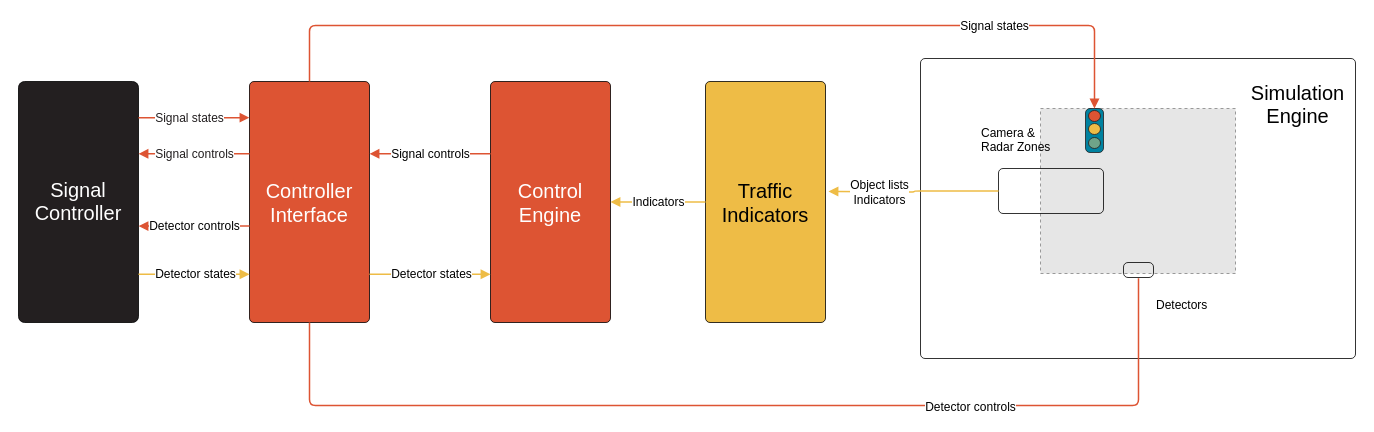
Above: page "hwil_sim" (3 of 5) of doc/dia/OC_README_diagrams.drawio in Open-TLC/open_controller (draw.io), before the change. Source tidied: cells renumbered, new cells numbered last; positions are measured from the earlier drawing's top-left corner, leaving out a move shared by most shapes. Both pictures are drawn from the tidied source at 100%, with x=0, y=0 at pixel (18, 25). Pictures stored in the file or linked from it are replaced by grey dashed boxes.
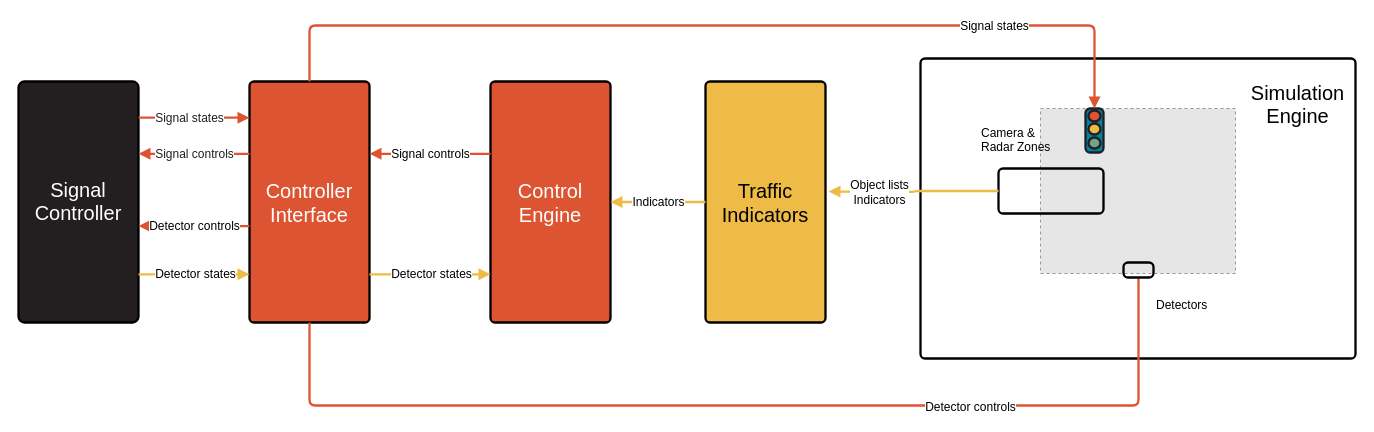
After the change.

Change to the diagram source:
```diff
@@
-    <mxCell id="2" value="&lt;div style=&quot;display: flex; justify-content: center; text-align: center; align-items: baseline; font-size: 0; line-height: 1.25;margin-top: -2px;&quot;&gt;&lt;span&gt;&lt;span style=&quot;font-size:20px;color:#ffffff;font-family: poppins;&quot;&gt;Signal&#10;&lt;/span&gt;&lt;/span&gt;&lt;/div&gt;&lt;div style=&quot;display: flex; justify-content: center; text-align: center; align-items: baseline; font-size: 0; line-height: 1.25;margin-top: -2px;&quot;&gt;&lt;span&gt;&lt;span style=&quot;font-size:20px;color:#ffffff;font-family: poppins;&quot;&gt;Controller&lt;/span&gt;&lt;/span&gt;&lt;/div&gt;" style="html=1;overflow=block;blockSpacing=1;whiteSpace=wrap;fontSize=13;fontFamily=poppins;spacing=9;strokeOpacity=100;fillOpacity=100;rounded=1;absoluteArcSize=1;arcSize=12;fillColor=#231f20;strokeWidth=0.8;lucidId=Kn7rSv5eXCZB;" parent="1" vertex="1">
+    <mxCell id="2" value="&lt;div style=&quot;display: flex; justify-content: center; text-align: center; align-items: baseline; font-size: 0; line-height: 1.25;margin-top: -2px;&quot;&gt;&lt;span&gt;&lt;span style=&quot;font-size:20px;color:#ffffff;font-family: poppins;&quot;&gt;Signal&#10;&lt;/span&gt;&lt;/span&gt;&lt;/div&gt;&lt;div style=&quot;display: flex; justify-content: center; text-align: center; align-items: baseline; font-size: 0; line-height: 1.25;margin-top: -2px;&quot;&gt;&lt;span&gt;&lt;span style=&quot;font-size:20px;color:#ffffff;font-family: poppins;&quot;&gt;Controller&lt;/span&gt;&lt;/span&gt;&lt;/div&gt;" style="html=1;overflow=block;blockSpacing=1;whiteSpace=wrap;fontSize=13;fontFamily=poppins;spacing=9;strokeOpacity=100;fillOpacity=100;rounded=1;absoluteArcSize=1;arcSize=12;fillColor=#231f20;strokeWidth=2.3;lucidId=Kn7rSv5eXCZB;" parent="1" vertex="1">
       <mxGeometry y="56" width="120" height="241" as="geometry" />
     </mxCell>
-    <mxCell id="3" style="html=1;overflow=block;blockSpacing=1;whiteSpace=wrap;fontSize=13;spacing=9;strokeOpacity=100;rounded=1;absoluteArcSize=1;arcSize=9;strokeWidth=0.8;lucidId=Kn7rewe0uv9M;fontFamily=poppins;fillColor=none;" parent="1" vertex="1">
+    <mxCell id="3" style="html=1;overflow=block;blockSpacing=1;whiteSpace=wrap;fontSize=13;spacing=9;strokeOpacity=100;rounded=1;absoluteArcSize=1;arcSize=9;strokeWidth=2.3;lucidId=Kn7rewe0uv9M;fontFamily=poppins;fillColor=none;" parent="1" vertex="1">
       <mxGeometry x="902" y="33" width="435" height="300" as="geometry" />
     </mxCell>
-    <mxCell id="4" value="Controller&#10;Interface" style="html=1;overflow=block;blockSpacing=1;whiteSpace=wrap;fontSize=20;fontColor=#ffffff;spacing=9;strokeOpacity=100;fillOpacity=100;rounded=1;absoluteArcSize=1;arcSize=9;fillColor=#dd5433;strokeWidth=0.8;lucidId=Kn7ryrkJqPRo;fontFamily=poppins;" parent="1" vertex="1">
+    <mxCell id="4" value="Controller&#10;Interface" style="html=1;overflow=block;blockSpacing=1;whiteSpace=wrap;fontSize=20;fontColor=#ffffff;spacing=9;strokeOpacity=100;fillOpacity=100;rounded=1;absoluteArcSize=1;arcSize=9;fillColor=#dd5433;strokeWidth=2.3;lucidId=Kn7ryrkJqPRo;fontFamily=poppins;" parent="1" vertex="1">
       <mxGeometry x="231" y="56" width="120" height="241" as="geometry" />
     </mxCell>
-    <mxCell id="5" value="Control&#10;Engine" style="html=1;overflow=block;blockSpacing=1;whiteSpace=wrap;fontSize=20;fontColor=#ffffff;spacing=9;strokeOpacity=100;fillOpacity=100;rounded=1;absoluteArcSize=1;arcSize=9;fillColor=#dd5433;strokeWidth=0.8;lucidId=Kn7rC8S4KXX8;fontFamily=poppins;" parent="1" vertex="1">
+    <mxCell id="5" value="Control&#10;Engine" style="html=1;overflow=block;blockSpacing=1;whiteSpace=wrap;fontSize=20;fontColor=#ffffff;spacing=9;strokeOpacity=100;fillOpacity=100;rounded=1;absoluteArcSize=1;arcSize=9;fillColor=#dd5433;strokeWidth=2.3;lucidId=Kn7rC8S4KXX8;fontFamily=poppins;" parent="1" vertex="1">
       <mxGeometry x="472" y="56" width="120" height="241" as="geometry" />
     </mxCell>
@@
-    <mxCell id="7" style="html=1;overflow=block;blockSpacing=1;whiteSpace=wrap;fontSize=13;spacing=3.8;strokeOpacity=100;fillOpacity=0;rounded=1;absoluteArcSize=1;arcSize=9;fillColor=none;strokeWidth=0.8;lucidId=Kn7rYRjyBlGb;fontFamily=poppins;" parent="1" vertex="1">
+    <mxCell id="7" style="html=1;overflow=block;blockSpacing=1;whiteSpace=wrap;fontSize=13;spacing=3.8;strokeOpacity=100;fillOpacity=0;rounded=1;absoluteArcSize=1;arcSize=9;fillColor=none;strokeWidth=2.3;lucidId=Kn7rYRjyBlGb;fontFamily=poppins;" parent="1" vertex="1">
       <mxGeometry x="980" y="143" width="105" height="45" as="geometry" />
     </mxCell>
-    <mxCell id="8" style="html=1;jettySize=18;whiteSpace=wrap;fontSize=12;strokeOpacity=100;strokeWidth=1.5;rounded=1;arcSize=12;edgeStyle=orthogonalEdgeStyle;startArrow=none;endArrow=block;endFill=1;exitX=0;exitY=0.5;exitPerimeter=0;lucidId=Kn7roAKrWM2y;fontFamily=poppins;strokeColor=#eebc46;" parent="1" edge="1" source="7">
+    <mxCell id="8" style="html=1;jettySize=18;whiteSpace=wrap;fontSize=12;strokeOpacity=100;strokeWidth=2.3;rounded=1;arcSize=12;edgeStyle=orthogonalEdgeStyle;startArrow=none;endArrow=block;endFill=1;exitX=0;exitY=0.5;exitPerimeter=0;lucidId=Kn7roAKrWM2y;fontFamily=poppins;strokeColor=#eebc46;" parent="1" edge="1" source="7">
       <mxGeometry relative="1" as="geometry">
         <mxPoint x="810" y="166" as="targetPoint" />
       </mxGeometry>
     </mxCell>
@@
-    <mxCell id="10" style="html=1;jettySize=18;whiteSpace=wrap;fontSize=12;strokeOpacity=100;strokeWidth=1.5;rounded=1;arcSize=12;edgeStyle=orthogonalEdgeStyle;endArrow=none;exitX=0.5;exitY=1;exitPerimeter=0;entryX=0.5;entryY=1.05;entryPerimeter=0;lucidId=Kn7rpCls1zGi;fontFamily=poppins;strokeColor=#dd5433;" parent="1" edge="1" source="4" target="12">
+    <mxCell id="10" style="html=1;jettySize=18;whiteSpace=wrap;fontSize=12;strokeOpacity=100;strokeWidth=2.3;rounded=1;arcSize=12;edgeStyle=orthogonalEdgeStyle;endArrow=none;exitX=0.5;exitY=1;exitPerimeter=0;entryX=0.5;entryY=1.05;entryPerimeter=0;lucidId=Kn7rpCls1zGi;fontFamily=poppins;strokeColor=#dd5433;" parent="1" edge="1" source="4" target="12">
       <mxGeometry relative="1" as="geometry">
         <Array as="points">
           <mxPoint x="291" y="380" />
           <mxPoint x="1120" y="380" />
         </Array>
       </mxGeometry>
     </mxCell>
@@
-    <mxCell id="12" style="html=1;overflow=block;blockSpacing=1;whiteSpace=wrap;fontSize=13;spacing=3.8;strokeOpacity=100;fillOpacity=0;rounded=1;absoluteArcSize=1;arcSize=9;fillColor=none;strokeWidth=0.8;lucidId=Kn7rxPpx_tpj;fontFamily=poppins;" parent="1" vertex="1">
+    <mxCell id="12" style="html=1;overflow=block;blockSpacing=1;whiteSpace=wrap;fontSize=13;spacing=3.8;strokeOpacity=100;fillOpacity=0;rounded=1;absoluteArcSize=1;arcSize=9;fillColor=none;strokeWidth=2.3;lucidId=Kn7rxPpx_tpj;fontFamily=poppins;" parent="1" vertex="1">
       <mxGeometry x="1105" y="237" width="30" height="15" as="geometry" />
     </mxCell>
-    <mxCell id="13" style="html=1;overflow=block;blockSpacing=1;whiteSpace=wrap;fontSize=13;spacing=3.8;strokeColor=#231f20;strokeOpacity=100;fillOpacity=100;rounded=1;absoluteArcSize=1;arcSize=9;fillColor=#0082a0;strokeWidth=0.8;lucidId=Kn7rlH6U0gRb;fontFamily=poppins;" parent="1" vertex="1">
+    <mxCell id="13" style="html=1;overflow=block;blockSpacing=1;whiteSpace=wrap;fontSize=13;spacing=3.8;strokeColor=#231f20;strokeOpacity=100;fillOpacity=100;rounded=1;absoluteArcSize=1;arcSize=9;fillColor=#0082a0;strokeWidth=2.3;lucidId=Kn7rlH6U0gRb;fontFamily=poppins;" parent="1" vertex="1">
       <mxGeometry x="1067" y="83" width="18" height="44" as="geometry" />
     </mxCell>
-    <mxCell id="14" style="html=1;overflow=block;blockSpacing=1;whiteSpace=wrap;ellipse;fontSize=13;spacing=3.8;strokeColor=#231f20;strokeOpacity=100;fillOpacity=100;rounded=1;absoluteArcSize=1;arcSize=9;fillColor=#6fa489;strokeWidth=0.8;lucidId=Kn7r8AbXSSGv;fontFamily=poppins;" parent="13" vertex="1">
+    <mxCell id="14" style="html=1;overflow=block;blockSpacing=1;whiteSpace=wrap;ellipse;fontSize=13;spacing=3.8;strokeColor=#231f20;strokeOpacity=100;fillOpacity=100;rounded=1;absoluteArcSize=1;arcSize=9;fillColor=#6fa489;strokeWidth=2.3;lucidId=Kn7r8AbXSSGv;fontFamily=poppins;" parent="13" vertex="1">
       <mxGeometry x="3" y="29" width="12" height="11" as="geometry" />
     </mxCell>
-    <mxCell id="15" style="html=1;overflow=block;blockSpacing=1;whiteSpace=wrap;ellipse;fontSize=13;spacing=3.8;strokeColor=#231f20;strokeOpacity=100;fillOpacity=100;rounded=1;absoluteArcSize=1;arcSize=9;fillColor=#dd5433;strokeWidth=0.8;lucidId=Kn7rE2QD~_g5;fontFamily=poppins;" parent="13" vertex="1">
+    <mxCell id="15" style="html=1;overflow=block;blockSpacing=1;whiteSpace=wrap;ellipse;fontSize=13;spacing=3.8;strokeColor=#231f20;strokeOpacity=100;fillOpacity=100;rounded=1;absoluteArcSize=1;arcSize=9;fillColor=#dd5433;strokeWidth=2.3;lucidId=Kn7rE2QD~_g5;fontFamily=poppins;" parent="13" vertex="1">
       <mxGeometry x="3" y="2" width="12" height="11" as="geometry" />
     </mxCell>
-    <mxCell id="16" style="html=1;overflow=block;blockSpacing=1;whiteSpace=wrap;ellipse;fontSize=13;spacing=3.8;strokeColor=#231f20;strokeOpacity=100;fillOpacity=100;rounded=1;absoluteArcSize=1;arcSize=9;fillColor=#eebc46;strokeWidth=0.8;lucidId=Kn7rk18.Iylv;fontFamily=poppins;" parent="13" vertex="1">
+    <mxCell id="16" style="html=1;overflow=block;blockSpacing=1;whiteSpace=wrap;ellipse;fontSize=13;spacing=3.8;strokeColor=#231f20;strokeOpacity=100;fillOpacity=100;rounded=1;absoluteArcSize=1;arcSize=9;fillColor=#eebc46;strokeWidth=2.3;lucidId=Kn7rk18.Iylv;fontFamily=poppins;" parent="13" vertex="1">
       <mxGeometry x="3" y="15" width="12" height="11" as="geometry" />
     </mxCell>
@@
-    <mxCell id="19" style="html=1;jettySize=18;whiteSpace=wrap;fontSize=12;strokeColor=#dd5433;strokeOpacity=100;strokeWidth=1.5;rounded=1;arcSize=12;edgeStyle=orthogonalEdgeStyle;startArrow=none;endArrow=block;endFill=1;exitX=0;exitY=0.3;exitPerimeter=0;entryX=1;entryY=0.3;entryPerimeter=0;lucidId=jE7r7AtxYWf.;fontFamily=poppins;" parent="1" edge="1" source="5" target="4">
+    <mxCell id="19" style="html=1;jettySize=18;whiteSpace=wrap;fontSize=12;strokeColor=#dd5433;strokeOpacity=100;strokeWidth=2.3;rounded=1;arcSize=12;edgeStyle=orthogonalEdgeStyle;startArrow=none;endArrow=block;endFill=1;exitX=0;exitY=0.3;exitPerimeter=0;entryX=1;entryY=0.3;entryPerimeter=0;lucidId=jE7r7AtxYWf.;fontFamily=poppins;" parent="1" edge="1" source="5" target="4">
       <mxGeometry relative="1" as="geometry" />
     </mxCell>
@@
-    <mxCell id="21" style="html=1;jettySize=18;whiteSpace=wrap;fontSize=12;strokeColor=#dd5433;strokeOpacity=100;strokeWidth=1.5;rounded=1;arcSize=12;edgeStyle=orthogonalEdgeStyle;startArrow=none;endArrow=block;endFill=1;exitX=0;exitY=0.3;exitPerimeter=0;entryX=1;entryY=0.3;entryPerimeter=0;lucidId=Dw7rd.VHj.p4;fontFamily=poppins;" parent="1" edge="1" source="4" target="2">
+    <mxCell id="21" style="html=1;jettySize=18;whiteSpace=wrap;fontSize=12;strokeColor=#dd5433;strokeOpacity=100;strokeWidth=2.3;rounded=1;arcSize=12;edgeStyle=orthogonalEdgeStyle;startArrow=none;endArrow=block;endFill=1;exitX=0;exitY=0.3;exitPerimeter=0;entryX=1;entryY=0.3;entryPerimeter=0;lucidId=Dw7rd.VHj.p4;fontFamily=poppins;" parent="1" edge="1" source="4" target="2">
       <mxGeometry relative="1" as="geometry" />
     </mxCell>
@@
-    <mxCell id="23" style="html=1;jettySize=18;whiteSpace=wrap;fontSize=12;strokeColor=#dd5433;strokeOpacity=100;strokeWidth=1.5;rounded=1;arcSize=12;edgeStyle=orthogonalEdgeStyle;startArrow=none;endArrow=block;endFill=1;exitX=1;exitY=0.15;exitPerimeter=0;entryX=0;entryY=0.15;entryPerimeter=0;lucidId=Qw7raBhd0nNX;fontFamily=poppins;" parent="1" edge="1" source="2" target="4">
+    <mxCell id="23" style="html=1;jettySize=18;whiteSpace=wrap;fontSize=12;strokeColor=#dd5433;strokeOpacity=100;strokeWidth=2.3;rounded=1;arcSize=12;edgeStyle=orthogonalEdgeStyle;startArrow=none;endArrow=block;endFill=1;exitX=1;exitY=0.15;exitPerimeter=0;entryX=0;entryY=0.15;entryPerimeter=0;lucidId=Qw7raBhd0nNX;fontFamily=poppins;" parent="1" edge="1" source="2" target="4">
       <mxGeometry relative="1" as="geometry" />
     </mxCell>
@@
-    <mxCell id="25" style="html=1;jettySize=18;whiteSpace=wrap;fontSize=12;strokeOpacity=100;strokeWidth=1.5;rounded=1;arcSize=12;edgeStyle=orthogonalEdgeStyle;startArrow=none;endArrow=block;endFill=1;exitX=1;exitY=0.8;exitPerimeter=0;entryX=0;entryY=0.8;entryPerimeter=0;lucidId=dz7rRK6oTQTc;fontFamily=poppins;strokeColor=#eebc46;" parent="1" edge="1" source="2" target="4">
+    <mxCell id="25" style="html=1;jettySize=18;whiteSpace=wrap;fontSize=12;strokeOpacity=100;strokeWidth=2.3;rounded=1;arcSize=12;edgeStyle=orthogonalEdgeStyle;startArrow=none;endArrow=block;endFill=1;exitX=1;exitY=0.8;exitPerimeter=0;entryX=0;entryY=0.8;entryPerimeter=0;lucidId=dz7rRK6oTQTc;fontFamily=poppins;strokeColor=#eebc46;" parent="1" edge="1" source="2" target="4">
       <mxGeometry relative="1" as="geometry" />
     </mxCell>
@@
-    <mxCell id="27" style="html=1;jettySize=18;whiteSpace=wrap;fontSize=12;strokeOpacity=100;strokeWidth=1.5;rounded=1;arcSize=12;edgeStyle=orthogonalEdgeStyle;startArrow=none;endArrow=block;endFill=1;exitX=0;exitY=0.6;exitPerimeter=0;entryX=1;entryY=0.6;entryPerimeter=0;lucidId=FA7r_td_sj~i;fontFamily=poppins;strokeColor=#dd5433;" parent="1" edge="1" source="4" target="2">
+    <mxCell id="27" style="html=1;jettySize=18;whiteSpace=wrap;fontSize=12;strokeOpacity=100;strokeWidth=2.3;rounded=1;arcSize=12;edgeStyle=orthogonalEdgeStyle;startArrow=none;endArrow=block;endFill=1;exitX=0;exitY=0.6;exitPerimeter=0;entryX=1;entryY=0.6;entryPerimeter=0;lucidId=FA7r_td_sj~i;fontFamily=poppins;strokeColor=#dd5433;" parent="1" edge="1" source="4" target="2">
       <mxGeometry relative="1" as="geometry" />
     </mxCell>
@@
-    <mxCell id="29" style="html=1;jettySize=18;whiteSpace=wrap;fontSize=12;strokeOpacity=100;strokeWidth=1.5;rounded=1;arcSize=12;edgeStyle=orthogonalEdgeStyle;startArrow=none;endArrow=block;endFill=1;exitX=1;exitY=0.8;exitPerimeter=0;entryX=0;entryY=0.8;entryPerimeter=0;lucidId=EC7rbEbqM_a2;fontFamily=poppins;strokeColor=#eebc46;" parent="1" edge="1" source="4" target="5">
+    <mxCell id="29" style="html=1;jettySize=18;whiteSpace=wrap;fontSize=12;strokeOpacity=100;strokeWidth=2.3;rounded=1;arcSize=12;edgeStyle=orthogonalEdgeStyle;startArrow=none;endArrow=block;endFill=1;exitX=1;exitY=0.8;exitPerimeter=0;entryX=0;entryY=0.8;entryPerimeter=0;lucidId=EC7rbEbqM_a2;fontFamily=poppins;strokeColor=#eebc46;" parent="1" edge="1" source="4" target="5">
       <mxGeometry relative="1" as="geometry" />
     </mxCell>
@@
-    <mxCell id="31" style="html=1;jettySize=18;whiteSpace=wrap;fontSize=12;strokeColor=#dd5433;strokeOpacity=100;strokeWidth=1.5;rounded=1;arcSize=12;edgeStyle=orthogonalEdgeStyle;startArrow=none;endArrow=block;endFill=1;exitX=0.5;exitY=0;exitPerimeter=0;entryX=0.5;entryY=0;entryPerimeter=0;lucidId=9F7ratBmtx.K;fontFamily=poppins;" parent="1" edge="1" source="4" target="13">
+    <mxCell id="31" style="html=1;jettySize=18;whiteSpace=wrap;fontSize=12;strokeColor=#dd5433;strokeOpacity=100;strokeWidth=2.3;rounded=1;arcSize=12;edgeStyle=orthogonalEdgeStyle;startArrow=none;endArrow=block;endFill=1;exitX=0.5;exitY=0;exitPerimeter=0;entryX=0.5;entryY=0;entryPerimeter=0;lucidId=9F7ratBmtx.K;fontFamily=poppins;" parent="1" edge="1" source="4" target="13">
       <mxGeometry relative="1" as="geometry">
         <Array as="points">
           <mxPoint x="291" />
           <mxPoint x="1076" />
         </Array>
       </mxGeometry>
     </mxCell>
@@
-    <mxCell id="34" value="Traffic&#10;Indicators" style="html=1;overflow=block;blockSpacing=1;whiteSpace=wrap;fontSize=20;spacing=9;strokeOpacity=100;fillOpacity=100;rounded=1;absoluteArcSize=1;arcSize=9;fillColor=#eebc46;strokeWidth=0.8;lucidId=NN7rgVLJIizt;fontFamily=poppins;" parent="1" vertex="1">
+    <mxCell id="34" value="Traffic&#10;Indicators" style="html=1;overflow=block;blockSpacing=1;whiteSpace=wrap;fontSize=20;spacing=9;strokeOpacity=100;fillOpacity=100;rounded=1;absoluteArcSize=1;arcSize=9;fillColor=#eebc46;strokeWidth=2.3;lucidId=NN7rgVLJIizt;fontFamily=poppins;" parent="1" vertex="1">
       <mxGeometry x="687" y="56" width="120" height="241" as="geometry" />
     </mxCell>
-    <mxCell id="35" style="html=1;jettySize=18;whiteSpace=wrap;fontSize=12;strokeOpacity=100;strokeWidth=1.5;rounded=1;arcSize=12;edgeStyle=orthogonalEdgeStyle;startArrow=none;endArrow=block;endFill=1;exitX=0;exitY=0.5;exitPerimeter=0;entryX=1;entryY=0.5;entryPerimeter=0;lucidId=GP7r5NkWeJN6;fontFamily=poppins;strokeColor=#eebc46;" parent="1" edge="1" source="34" target="5">
+    <mxCell id="35" style="html=1;jettySize=18;whiteSpace=wrap;fontSize=12;strokeOpacity=100;strokeWidth=2.3;rounded=1;arcSize=12;edgeStyle=orthogonalEdgeStyle;startArrow=none;endArrow=block;endFill=1;exitX=0;exitY=0.5;exitPerimeter=0;entryX=1;entryY=0.5;entryPerimeter=0;lucidId=GP7r5NkWeJN6;fontFamily=poppins;strokeColor=#eebc46;" parent="1" edge="1" source="34" target="5">
       <mxGeometry relative="1" as="geometry" />
     </mxCell>
```
